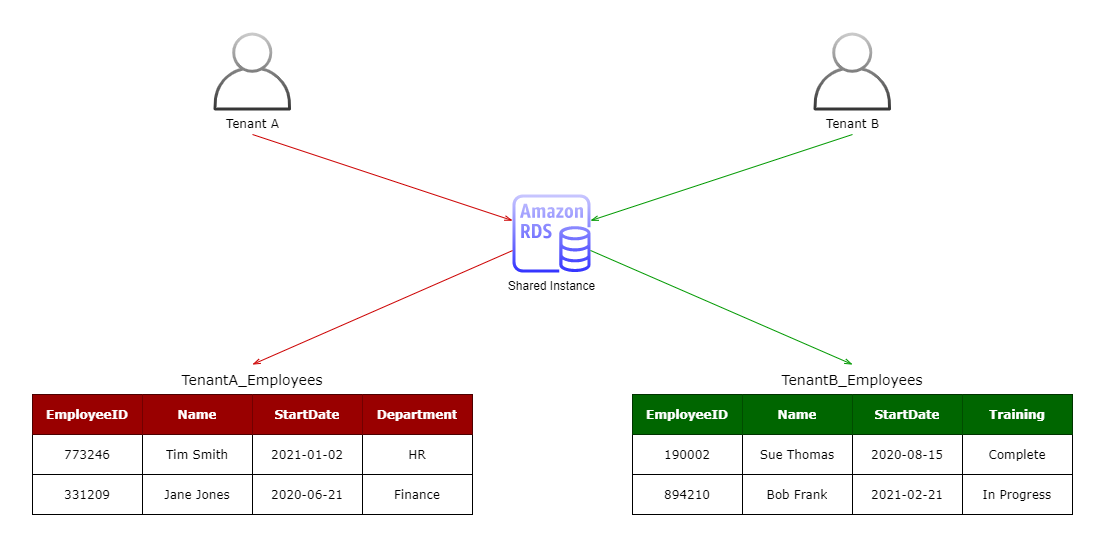
This is Diagrams/RDSBridge.png from AJ2O/aws-whitepapers-summary, a draw.io export, as it was before one commit. Source tidied: cells renumbered, new cells last; positions are measured from the earlier drawing's top-left corner, leaving out a move shared by most shapes.
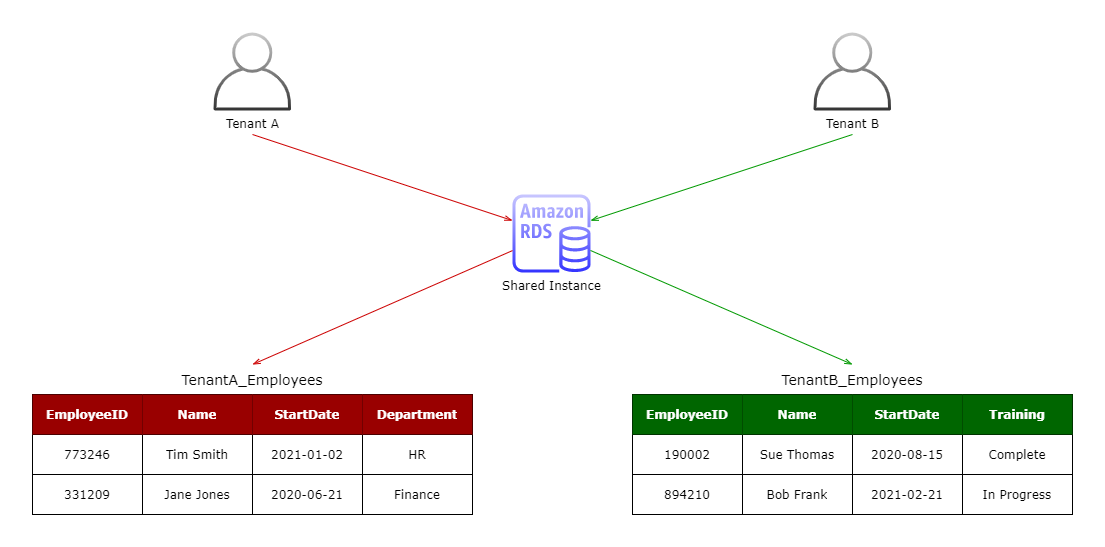
Above is the later version.

Change to the diagram source:
```diff
@@ -5,7 +5,7 @@
     <mxCell id="2" value="Tenant A" style="strokeColor=#666666;dashed=0;verticalLabelPosition=bottom;verticalAlign=top;align=center;html=1;fontSize=12;fontStyle=0;shape=mxgraph.aws4.user;fontFamily=Verdana;gradientColor=#333333;fillColor=#CCCCCC;" parent="1" vertex="1">
       <mxGeometry x="181" width="78" height="78" as="geometry" />
     </mxCell>
-    <mxCell id="3" value="Shared Instance" style="outlineConnect=0;fontColor=#000000;gradientColor=#3333FF;fillColor=#C9C7FF;strokeColor=#6c8ebf;dashed=0;verticalLabelPosition=bottom;verticalAlign=top;align=center;html=1;fontSize=12;fontStyle=0;shape=mxgraph.aws4.rds_instance;labelBackgroundColor=none;" parent="1" vertex="1">
+    <mxCell id="3" value="Shared Instance" style="outlineConnect=0;fontColor=#000000;gradientColor=#3333FF;fillColor=#C9C7FF;strokeColor=#6c8ebf;dashed=0;verticalLabelPosition=bottom;verticalAlign=top;align=center;html=1;fontSize=12;fontStyle=0;shape=mxgraph.aws4.rds_instance;labelBackgroundColor=none;fontFamily=Verdana;" parent="1" vertex="1">
       <mxGeometry x="480" y="162" width="78" height="78" as="geometry" />
     </mxCell>
     <mxCell id="4" style="shape=table;html=1;whiteSpace=wrap;startSize=0;" parent="1" vertex="1">
```
